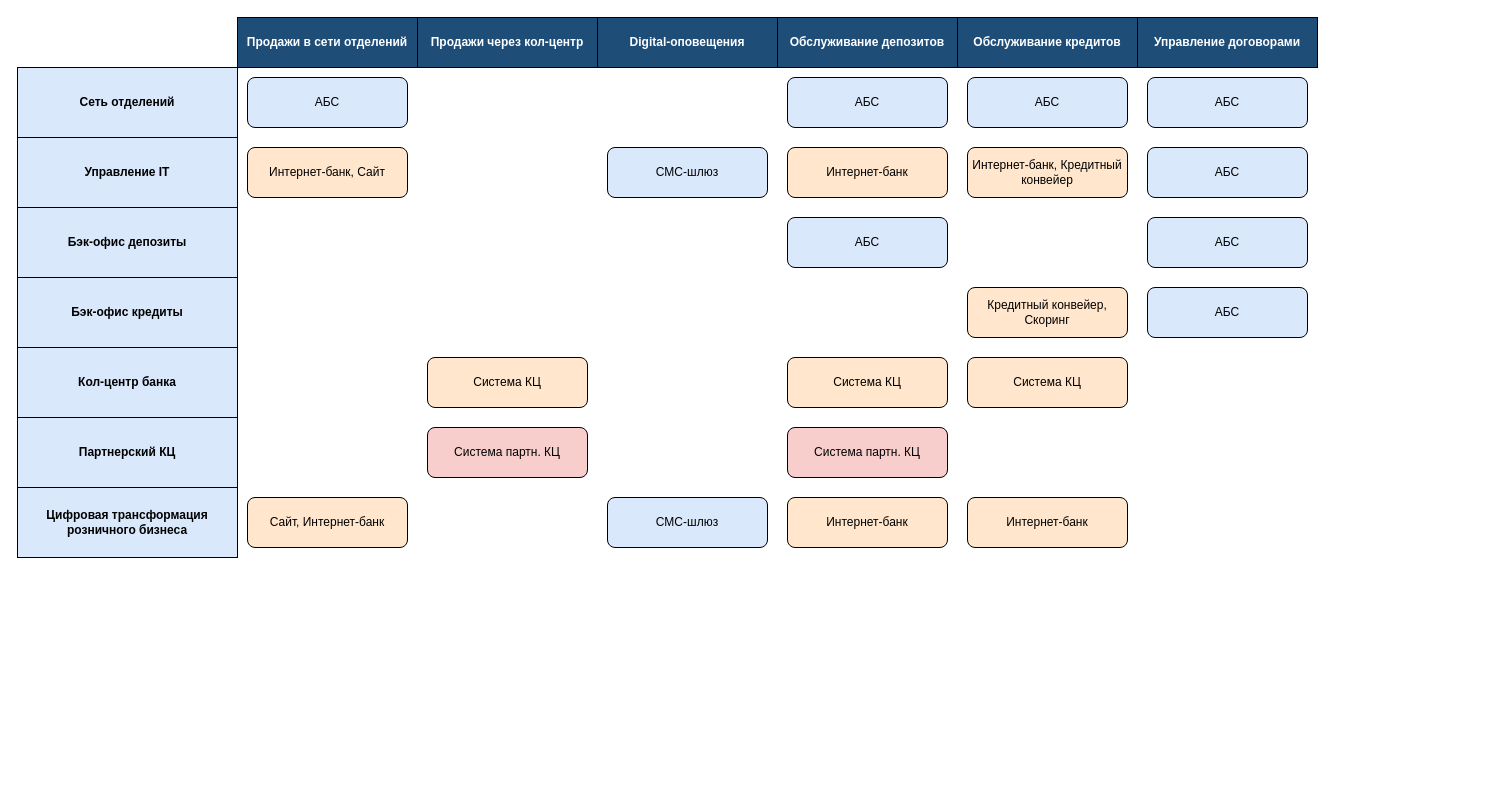
This is Task1/IT-landscape.drawio from alexruek/architecture-pro-standart, a draw.io file, before an edit. Source tidied: cells renumbered, new cells numbered last; positions are measured from the earlier drawing's top-left corner, leaving out a move shared by most shapes. Both pictures are drawn from the tidied source at 100%, with x=0, y=0 at pixel (17, 17).
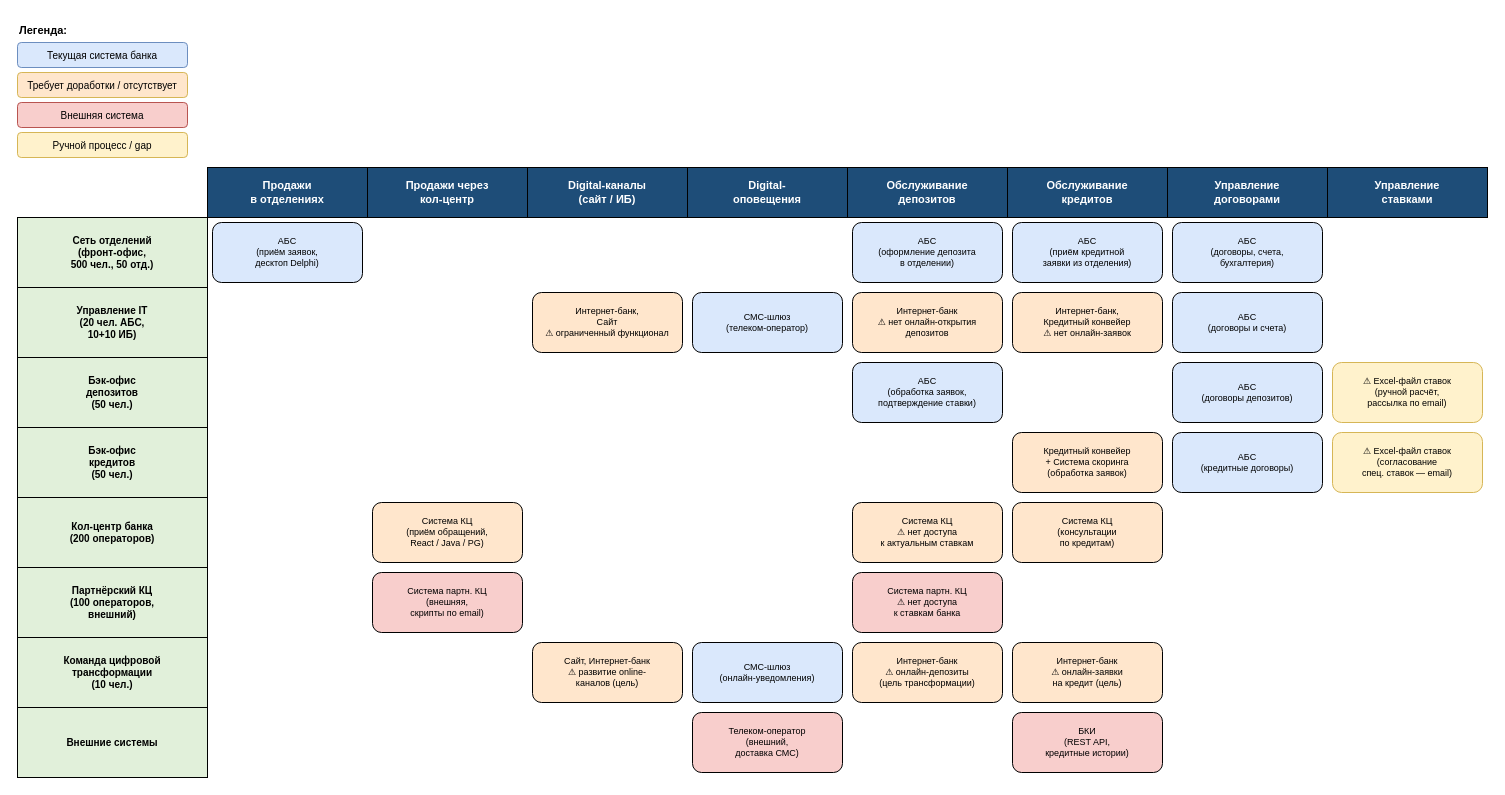
Above is the later version.

The edit, as a diff of the source:
```diff
@@
+    <mxCell id="37" value="Легенда:" style="text;html=1;strokeColor=none;fillColor=none;fontStyle=1;fontSize=11;" parent="1" vertex="1">
+      <mxGeometry width="80" height="20" as="geometry" />
+    </mxCell>
+    <mxCell id="38" value="Текущая система банка" style="rounded=1;whiteSpace=wrap;html=1;fillColor=#dae8fc;strokeColor=#6c8ebf;fontSize=10;" parent="1" vertex="1">
+      <mxGeometry y="25" width="170" height="25" as="geometry" />
+    </mxCell>
+    <mxCell id="39" value="Требует доработки / отсутствует" style="rounded=1;whiteSpace=wrap;html=1;fillColor=#ffe6cc;strokeColor=#d6b656;fontSize=10;" parent="1" vertex="1">
+      <mxGeometry y="55" width="170" height="25" as="geometry" />
+    </mxCell>
+    <mxCell id="40" value="Внешняя система" style="rounded=1;whiteSpace=wrap;html=1;fillColor=#f8cecc;strokeColor=#b85450;fontSize=10;" parent="1" vertex="1">
+      <mxGeometry y="85" width="170" height="25" as="geometry" />
+    </mxCell>
+    <mxCell id="41" value="Ручной процесс / gap" style="rounded=1;whiteSpace=wrap;html=1;fillColor=#fff2cc;strokeColor=#d6b656;fontSize=10;" parent="1" vertex="1">
+      <mxGeometry y="115" width="170" height="25" as="geometry" />
+    </mxCell>
-    <mxCell id="2" value="Продажи в сети отделений" style="rounded=0;whiteSpace=wrap;html=1;fillColor=#1e4d78;fontColor=#ffffff;fontStyle=1;" parent="1" vertex="1">
-      <mxGeometry x="220" width="180" height="50" as="geometry" />
+    <mxCell id="2" value="Продажи&#10;в отделениях" style="rounded=0;whiteSpace=wrap;html=1;fillColor=#1e4d78;fontColor=#ffffff;fontStyle=1;fontSize=11;" parent="1" vertex="1">
+      <mxGeometry x="190" y="150" width="160" height="50" as="geometry" />
     </mxCell>
-    <mxCell id="3" value="Продажи через кол-центр" style="rounded=0;whiteSpace=wrap;html=1;fillColor=#1e4d78;fontColor=#ffffff;fontStyle=1;" parent="1" vertex="1">
-      <mxGeometry x="400" width="180" height="50" as="geometry" />
+    <mxCell id="3" value="Продажи через&#10;кол-центр" style="rounded=0;whiteSpace=wrap;html=1;fillColor=#1e4d78;fontColor=#ffffff;fontStyle=1;fontSize=11;" parent="1" vertex="1">
+      <mxGeometry x="350" y="150" width="160" height="50" as="geometry" />
     </mxCell>
-    <mxCell id="4" value="Digital-оповещения" style="rounded=0;whiteSpace=wrap;html=1;fillColor=#1e4d78;fontColor=#ffffff;fontStyle=1;" parent="1" vertex="1">
-      <mxGeometry x="580" width="180" height="50" as="geometry" />
+    <mxCell id="4" value="Digital-каналы&#10;(сайт / ИБ)" style="rounded=0;whiteSpace=wrap;html=1;fillColor=#1e4d78;fontColor=#ffffff;fontStyle=1;fontSize=11;" parent="1" vertex="1">
+      <mxGeometry x="510" y="150" width="160" height="50" as="geometry" />
     </mxCell>
-    <mxCell id="5" value="Обслуживание депозитов" style="rounded=0;whiteSpace=wrap;html=1;fillColor=#1e4d78;fontColor=#ffffff;fontStyle=1;" parent="1" vertex="1">
-      <mxGeometry x="760" width="180" height="50" as="geometry" />
+    <mxCell id="5" value="Digital-&#10;оповещения" style="rounded=0;whiteSpace=wrap;html=1;fillColor=#1e4d78;fontColor=#ffffff;fontStyle=1;fontSize=11;" parent="1" vertex="1">
+      <mxGeometry x="670" y="150" width="160" height="50" as="geometry" />
     </mxCell>
-    <mxCell id="6" value="Обслуживание кредитов" style="rounded=0;whiteSpace=wrap;html=1;fillColor=#1e4d78;fontColor=#ffffff;fontStyle=1;" parent="1" vertex="1">
-      <mxGeometry x="940" width="180" height="50" as="geometry" />
+    <mxCell id="6" value="Обслуживание&#10;депозитов" style="rounded=0;whiteSpace=wrap;html=1;fillColor=#1e4d78;fontColor=#ffffff;fontStyle=1;fontSize=11;" parent="1" vertex="1">
+      <mxGeometry x="830" y="150" width="160" height="50" as="geometry" />
     </mxCell>
-    <mxCell id="7" value="Управление договорами" style="rounded=0;whiteSpace=wrap;html=1;fillColor=#1e4d78;fontColor=#ffffff;fontStyle=1;" parent="1" vertex="1">
-      <mxGeometry x="1120" width="180" height="50" as="geometry" />
+    <mxCell id="7" value="Обслуживание&#10;кредитов" style="rounded=0;whiteSpace=wrap;html=1;fillColor=#1e4d78;fontColor=#ffffff;fontStyle=1;fontSize=11;" parent="1" vertex="1">
+      <mxGeometry x="990" y="150" width="160" height="50" as="geometry" />
     </mxCell>
+    <mxCell id="42" value="Управление&#10;договорами" style="rounded=0;whiteSpace=wrap;html=1;fillColor=#1e4d78;fontColor=#ffffff;fontStyle=1;fontSize=11;" parent="1" vertex="1">
+      <mxGeometry x="1150" y="150" width="160" height="50" as="geometry" />
+    </mxCell>
+    <mxCell id="43" value="Управление&#10;ставками" style="rounded=0;whiteSpace=wrap;html=1;fillColor=#1e4d78;fontColor=#ffffff;fontStyle=1;fontSize=11;" parent="1" vertex="1">
+      <mxGeometry x="1310" y="150" width="160" height="50" as="geometry" />
+    </mxCell>
-    <mxCell id="8" value="Сеть отделений" style="rounded=0;whiteSpace=wrap;html=1;fillColor=#dae8fc;fontStyle=1;" parent="1" vertex="1">
-      <mxGeometry y="50" width="220" height="70" as="geometry" />
+    <mxCell id="8" value="Сеть отделений&#10;(фронт-офис,&#10;500 чел., 50 отд.)" style="rounded=0;whiteSpace=wrap;html=1;fillColor=#e1f0da;fontStyle=1;fontSize=10;" parent="1" vertex="1">
+      <mxGeometry y="200" width="190" height="70" as="geometry" />
     </mxCell>
-    <mxCell id="9" value="АБС" style="rounded=1;whiteSpace=wrap;html=1;fillColor=#dae8fc;" parent="1" vertex="1">
-      <mxGeometry x="230" y="60" width="160" height="50" as="geometry" />
+    <mxCell id="9" value="АБС&#10;(приём заявок,&#10;десктоп Delphi)" style="rounded=1;whiteSpace=wrap;html=1;fillColor=#dae8fc;fontSize=9;" parent="1" vertex="1">
+      <mxGeometry x="195" y="205" width="150" height="60" as="geometry" />
     </mxCell>
-    <mxCell id="10" value="АБС" style="rounded=1;whiteSpace=wrap;html=1;fillColor=#dae8fc;" parent="1" vertex="1">
-      <mxGeometry x="770" y="60" width="160" height="50" as="geometry" />
-    </mxCell>
-    <mxCell id="11" value="АБС" style="rounded=1;whiteSpace=wrap;html=1;fillColor=#dae8fc;" parent="1" vertex="1">
-      <mxGeometry x="950" y="60" width="160" height="50" as="geometry" />
+    <mxCell id="11" value="АБС&#10;(оформление депозита&#10;в отделении)" style="rounded=1;whiteSpace=wrap;html=1;fillColor=#dae8fc;fontSize=9;" parent="1" vertex="1">
+      <mxGeometry x="835" y="205" width="150" height="60" as="geometry" />
     </mxCell>
-    <mxCell id="12" value="АБС" style="rounded=1;whiteSpace=wrap;html=1;fillColor=#dae8fc;" parent="1" vertex="1">
-      <mxGeometry x="1130" y="60" width="160" height="50" as="geometry" />
+    <mxCell id="12" value="АБС&#10;(приём кредитной&#10;заявки из отделения)" style="rounded=1;whiteSpace=wrap;html=1;fillColor=#dae8fc;fontSize=9;" parent="1" vertex="1">
+      <mxGeometry x="995" y="205" width="150" height="60" as="geometry" />
     </mxCell>
+    <mxCell id="44" value="АБС&#10;(договоры, счета,&#10;бухгалтерия)" style="rounded=1;whiteSpace=wrap;html=1;fillColor=#dae8fc;fontSize=9;" parent="1" vertex="1">
+      <mxGeometry x="1155" y="205" width="150" height="60" as="geometry" />
+    </mxCell>
-    <mxCell id="13" value="Управление IT" style="rounded=0;whiteSpace=wrap;html=1;fillColor=#dae8fc;fontStyle=1;" parent="1" vertex="1">
-      <mxGeometry y="120" width="220" height="70" as="geometry" />
+    <mxCell id="13" value="Управление IT&#10;(20 чел. АБС,&#10;10+10 ИБ)" style="rounded=0;whiteSpace=wrap;html=1;fillColor=#e1f0da;fontStyle=1;fontSize=10;" parent="1" vertex="1">
+      <mxGeometry y="270" width="190" height="70" as="geometry" />
     </mxCell>
-    <mxCell id="14" value="Интернет-банк, Сайт" style="rounded=1;whiteSpace=wrap;html=1;fillColor=#ffe6cc;" parent="1" vertex="1">
-      <mxGeometry x="230" y="130" width="160" height="50" as="geometry" />
-    </mxCell>
-    <mxCell id="15" value="СМС-шлюз" style="rounded=1;whiteSpace=wrap;html=1;fillColor=#dae8fc;" parent="1" vertex="1">
-      <mxGeometry x="590" y="130" width="160" height="50" as="geometry" />
+    <mxCell id="15" value="Интернет-банк,&#10;Сайт&#10;⚠ ограниченный функционал" style="rounded=1;whiteSpace=wrap;html=1;fillColor=#ffe6cc;fontSize=9;" parent="1" vertex="1">
+      <mxGeometry x="515" y="275" width="150" height="60" as="geometry" />
     </mxCell>
-    <mxCell id="16" value="Интернет-банк" style="rounded=1;whiteSpace=wrap;html=1;fillColor=#ffe6cc;" parent="1" vertex="1">
-      <mxGeometry x="770" y="130" width="160" height="50" as="geometry" />
+    <mxCell id="16" value="СМС-шлюз&#10;(телеком-оператор)" style="rounded=1;whiteSpace=wrap;html=1;fillColor=#dae8fc;fontSize=9;" parent="1" vertex="1">
+      <mxGeometry x="675" y="275" width="150" height="60" as="geometry" />
     </mxCell>
-    <mxCell id="17" value="Интернет-банк, Кредитный конвейер" style="rounded=1;whiteSpace=wrap;html=1;fillColor=#ffe6cc;" parent="1" vertex="1">
-      <mxGeometry x="950" y="130" width="160" height="50" as="geometry" />
+    <mxCell id="17" value="Интернет-банк&#10;⚠ нет онлайн-открытия&#10;депозитов" style="rounded=1;whiteSpace=wrap;html=1;fillColor=#ffe6cc;fontSize=9;" parent="1" vertex="1">
+      <mxGeometry x="835" y="275" width="150" height="60" as="geometry" />
     </mxCell>
-    <mxCell id="18" value="АБС" style="rounded=1;whiteSpace=wrap;html=1;fillColor=#dae8fc;" parent="1" vertex="1">
-      <mxGeometry x="1130" y="130" width="160" height="50" as="geometry" />
+    <mxCell id="18" value="Интернет-банк,&#10;Кредитный конвейер&#10;⚠ нет онлайн-заявок" style="rounded=1;whiteSpace=wrap;html=1;fillColor=#ffe6cc;fontSize=9;" parent="1" vertex="1">
+      <mxGeometry x="995" y="275" width="150" height="60" as="geometry" />
     </mxCell>
+    <mxCell id="45" value="АБС&#10;(договоры и счета)" style="rounded=1;whiteSpace=wrap;html=1;fillColor=#dae8fc;fontSize=9;" parent="1" vertex="1">
+      <mxGeometry x="1155" y="275" width="150" height="60" as="geometry" />
+    </mxCell>
-    <mxCell id="19" value="Бэк-офис депозиты" style="rounded=0;whiteSpace=wrap;html=1;fillColor=#dae8fc;fontStyle=1;" parent="1" vertex="1">
-      <mxGeometry y="190" width="220" height="70" as="geometry" />
+    <mxCell id="19" value="Бэк-офис&#10;депозитов&#10;(50 чел.)" style="rounded=0;whiteSpace=wrap;html=1;fillColor=#e1f0da;fontStyle=1;fontSize=10;" parent="1" vertex="1">
+      <mxGeometry y="340" width="190" height="70" as="geometry" />
     </mxCell>
-    <mxCell id="20" value="АБС" style="rounded=1;whiteSpace=wrap;html=1;fillColor=#dae8fc;" parent="1" vertex="1">
-      <mxGeometry x="770" y="200" width="160" height="50" as="geometry" />
-    </mxCell>
-    <mxCell id="21" value="АБС" style="rounded=1;whiteSpace=wrap;html=1;fillColor=#dae8fc;" parent="1" vertex="1">
-      <mxGeometry x="1130" y="200" width="160" height="50" as="geometry" />
-    </mxCell>
+    <mxCell id="46" value="АБС&#10;(обработка заявок,&#10;подтверждение ставки)" style="rounded=1;whiteSpace=wrap;html=1;fillColor=#dae8fc;fontSize=9;" parent="1" vertex="1">
+      <mxGeometry x="835" y="345" width="150" height="60" as="geometry" />
+    </mxCell>
+    <mxCell id="47" value="АБС&#10;(договоры депозитов)" style="rounded=1;whiteSpace=wrap;html=1;fillColor=#dae8fc;fontSize=9;" parent="1" vertex="1">
+      <mxGeometry x="1155" y="345" width="150" height="60" as="geometry" />
+    </mxCell>
+    <mxCell id="48" value="⚠ Excel-файл ставок&#10;(ручной расчёт,&#10;рассылка по email)" style="rounded=1;whiteSpace=wrap;html=1;fillColor=#fff2cc;strokeColor=#d6b656;fontSize=9;" parent="1" vertex="1">
+      <mxGeometry x="1315" y="345" width="150" height="60" as="geometry" />
+    </mxCell>
-    <mxCell id="22" value="Бэк-офис кредиты" style="rounded=0;whiteSpace=wrap;html=1;fillColor=#dae8fc;fontStyle=1;" parent="1" vertex="1">
-      <mxGeometry y="260" width="220" height="70" as="geometry" />
+    <mxCell id="22" value="Бэк-офис&#10;кредитов&#10;(50 чел.)" style="rounded=0;whiteSpace=wrap;html=1;fillColor=#e1f0da;fontStyle=1;fontSize=10;" parent="1" vertex="1">
+      <mxGeometry y="410" width="190" height="70" as="geometry" />
     </mxCell>
-    <mxCell id="23" value="Кредитный конвейер, Скоринг" style="rounded=1;whiteSpace=wrap;html=1;fillColor=#ffe6cc;" parent="1" vertex="1">
-      <mxGeometry x="950" y="270" width="160" height="50" as="geometry" />
-    </mxCell>
-    <mxCell id="24" value="АБС" style="rounded=1;whiteSpace=wrap;html=1;fillColor=#dae8fc;" parent="1" vertex="1">
-      <mxGeometry x="1130" y="270" width="160" height="50" as="geometry" />
+    <mxCell id="24" value="Кредитный конвейер&#10;+ Система скоринга&#10;(обработка заявок)" style="rounded=1;whiteSpace=wrap;html=1;fillColor=#ffe6cc;fontSize=9;" parent="1" vertex="1">
+      <mxGeometry x="995" y="415" width="150" height="60" as="geometry" />
     </mxCell>
+    <mxCell id="49" value="АБС&#10;(кредитные договоры)" style="rounded=1;whiteSpace=wrap;html=1;fillColor=#dae8fc;fontSize=9;" parent="1" vertex="1">
+      <mxGeometry x="1155" y="415" width="150" height="60" as="geometry" />
+    </mxCell>
+    <mxCell id="50" value="⚠ Excel-файл ставок&#10;(согласование&#10;спец. ставок — email)" style="rounded=1;whiteSpace=wrap;html=1;fillColor=#fff2cc;strokeColor=#d6b656;fontSize=9;" parent="1" vertex="1">
+      <mxGeometry x="1315" y="415" width="150" height="60" as="geometry" />
+    </mxCell>
-    <mxCell id="25" value="Кол-центр банка" style="rounded=0;whiteSpace=wrap;html=1;fillColor=#dae8fc;fontStyle=1;" parent="1" vertex="1">
-      <mxGeometry y="330" width="220" height="70" as="geometry" />
+    <mxCell id="25" value="Кол-центр банка&#10;(200 операторов)" style="rounded=0;whiteSpace=wrap;html=1;fillColor=#e1f0da;fontStyle=1;fontSize=10;" parent="1" vertex="1">
+      <mxGeometry y="480" width="190" height="70" as="geometry" />
     </mxCell>
-    <mxCell id="26" value="Система КЦ" style="rounded=1;whiteSpace=wrap;html=1;fillColor=#ffe6cc;" parent="1" vertex="1">
-      <mxGeometry x="410" y="340" width="160" height="50" as="geometry" />
+    <mxCell id="26" value="Система КЦ&#10;(приём обращений,&#10;React / Java / PG)" style="rounded=1;whiteSpace=wrap;html=1;fillColor=#ffe6cc;fontSize=9;" parent="1" vertex="1">
+      <mxGeometry x="355" y="485" width="150" height="60" as="geometry" />
     </mxCell>
-    <mxCell id="27" value="Система КЦ" style="rounded=1;whiteSpace=wrap;html=1;fillColor=#ffe6cc;" parent="1" vertex="1">
-      <mxGeometry x="770" y="340" width="160" height="50" as="geometry" />
-    </mxCell>
-    <mxCell id="28" value="Система КЦ" style="rounded=1;whiteSpace=wrap;html=1;fillColor=#ffe6cc;" parent="1" vertex="1">
-      <mxGeometry x="950" y="340" width="160" height="50" as="geometry" />
+    <mxCell id="28" value="Система КЦ&#10;⚠ нет доступа&#10;к актуальным ставкам" style="rounded=1;whiteSpace=wrap;html=1;fillColor=#ffe6cc;fontSize=9;" parent="1" vertex="1">
+      <mxGeometry x="835" y="485" width="150" height="60" as="geometry" />
     </mxCell>
+    <mxCell id="51" value="Система КЦ&#10;(консультации&#10;по кредитам)" style="rounded=1;whiteSpace=wrap;html=1;fillColor=#ffe6cc;fontSize=9;" parent="1" vertex="1">
+      <mxGeometry x="995" y="485" width="150" height="60" as="geometry" />
+    </mxCell>
-    <mxCell id="29" value="Партнерский КЦ" style="rounded=0;whiteSpace=wrap;html=1;fillColor=#dae8fc;fontStyle=1;" parent="1" vertex="1">
-      <mxGeometry y="400" width="220" height="70" as="geometry" />
+    <mxCell id="29" value="Партнёрский КЦ&#10;(100 операторов,&#10;внешний)" style="rounded=0;whiteSpace=wrap;html=1;fillColor=#e1f0da;fontStyle=1;fontSize=10;" parent="1" vertex="1">
+      <mxGeometry y="550" width="190" height="70" as="geometry" />
     </mxCell>
-    <mxCell id="30" value="Система партн. КЦ" style="rounded=1;whiteSpace=wrap;html=1;fillColor=#f8cecc;" parent="1" vertex="1">
-      <mxGeometry x="410" y="410" width="160" height="50" as="geometry" />
+    <mxCell id="30" value="Система партн. КЦ&#10;(внешняя,&#10;скрипты по email)" style="rounded=1;whiteSpace=wrap;html=1;fillColor=#f8cecc;fontSize=9;" parent="1" vertex="1">
+      <mxGeometry x="355" y="555" width="150" height="60" as="geometry" />
     </mxCell>
-    <mxCell id="31" value="Система партн. КЦ" style="rounded=1;whiteSpace=wrap;html=1;fillColor=#f8cecc;" parent="1" vertex="1">
-      <mxGeometry x="770" y="410" width="160" height="50" as="geometry" />
-    </mxCell>
+    <mxCell id="52" value="Система партн. КЦ&#10;⚠ нет доступа&#10;к ставкам банка" style="rounded=1;whiteSpace=wrap;html=1;fillColor=#f8cecc;fontSize=9;" parent="1" vertex="1">
+      <mxGeometry x="835" y="555" width="150" height="60" as="geometry" />
+    </mxCell>
-    <mxCell id="32" value="Цифровая трансформация розничного бизнеса" style="rounded=0;whiteSpace=wrap;html=1;fillColor=#dae8fc;fontStyle=1;" parent="1" vertex="1">
-      <mxGeometry y="470" width="220" height="70" as="geometry" />
+    <mxCell id="32" value="Команда цифровой&#10;трансформации&#10;(10 чел.)" style="rounded=0;whiteSpace=wrap;html=1;fillColor=#e1f0da;fontStyle=1;fontSize=10;" parent="1" vertex="1">
+      <mxGeometry y="620" width="190" height="70" as="geometry" />
     </mxCell>
-    <mxCell id="33" value="Сайт, Интернет-банк" style="rounded=1;whiteSpace=wrap;html=1;fillColor=#ffe6cc;" parent="1" vertex="1">
-      <mxGeometry x="230" y="480" width="160" height="50" as="geometry" />
-    </mxCell>
-    <mxCell id="34" value="СМС-шлюз" style="rounded=1;whiteSpace=wrap;html=1;fillColor=#dae8fc;" parent="1" vertex="1">
-      <mxGeometry x="590" y="480" width="160" height="50" as="geometry" />
+    <mxCell id="34" value="Сайт, Интернет-банк&#10;⚠ развитие online-&#10;каналов (цель)" style="rounded=1;whiteSpace=wrap;html=1;fillColor=#ffe6cc;fontSize=9;" parent="1" vertex="1">
+      <mxGeometry x="515" y="625" width="150" height="60" as="geometry" />
     </mxCell>
-    <mxCell id="35" value="Интернет-банк" style="rounded=1;whiteSpace=wrap;html=1;fillColor=#ffe6cc;" parent="1" vertex="1">
-      <mxGeometry x="770" y="480" width="160" height="50" as="geometry" />
+    <mxCell id="35" value="СМС-шлюз&#10;(онлайн-уведомления)" style="rounded=1;whiteSpace=wrap;html=1;fillColor=#dae8fc;fontSize=9;" parent="1" vertex="1">
+      <mxGeometry x="675" y="625" width="150" height="60" as="geometry" />
     </mxCell>
-    <mxCell id="36" value="Интернет-банк" style="rounded=1;whiteSpace=wrap;html=1;fillColor=#ffe6cc;" parent="1" vertex="1">
-      <mxGeometry x="950" y="480" width="160" height="50" as="geometry" />
+    <mxCell id="36" value="Интернет-банк&#10;⚠ онлайн-депозиты&#10;(цель трансформации)" style="rounded=1;whiteSpace=wrap;html=1;fillColor=#ffe6cc;fontSize=9;" parent="1" vertex="1">
+      <mxGeometry x="835" y="625" width="150" height="60" as="geometry" />
     </mxCell>
+    <mxCell id="53" value="Интернет-банк&#10;⚠ онлайн-заявки&#10;на кредит (цель)" style="rounded=1;whiteSpace=wrap;html=1;fillColor=#ffe6cc;fontSize=9;" parent="1" vertex="1">
+      <mxGeometry x="995" y="625" width="150" height="60" as="geometry" />
+    </mxCell>
+    <mxCell id="54" value="Внешние системы" style="rounded=0;whiteSpace=wrap;html=1;fillColor=#e1f0da;fontStyle=1;fontSize=10;" parent="1" vertex="1">
+      <mxGeometry y="690" width="190" height="70" as="geometry" />
+    </mxCell>
+    <mxCell id="55" value="БКИ&#10;(REST API,&#10;кредитные истории)" style="rounded=1;whiteSpace=wrap;html=1;fillColor=#f8cecc;fontSize=9;" parent="1" vertex="1">
+      <mxGeometry x="995" y="695" width="150" height="60" as="geometry" />
+    </mxCell>
+    <mxCell id="56" value="Телеком-оператор&#10;(внешний,&#10;доставка СМС)" style="rounded=1;whiteSpace=wrap;html=1;fillColor=#f8cecc;fontSize=9;" parent="1" vertex="1">
+      <mxGeometry x="675" y="695" width="150" height="60" as="geometry" />
+    </mxCell>
```
